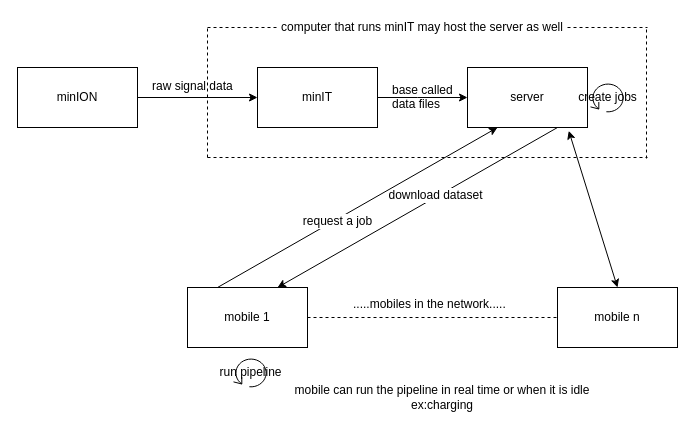
Before: page "Page-1" (1 of 2) of server_mobile_connection.drawio in SanojPunchihewa/f5n, a draw.io diagram. Source tidied: cells renumbered, new cells numbered last; positions are measured from the earlier drawing's top-left corner, leaving out a move shared by most shapes. Both pictures are drawn from the tidied source at 100%, with x=0, y=0 at pixel (17, 17).
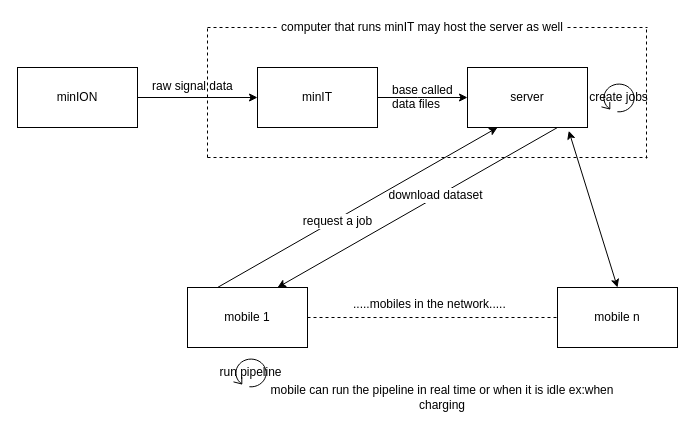
Above is the later version.

Commit message:
modified texts in network diagram

The edit, as a diff of the source:
```diff
@@
     <mxCell id="17" value="create jobs" style="shape=mxgraph.bpmn.loop;html=1;" parent="1" vertex="1">
-      <mxGeometry x="573" y="65" width="34" height="30" as="geometry" />
+      <mxGeometry x="584" y="65" width="34" height="30" as="geometry" />
     </mxCell>
@@
-    <mxCell id="26" value="mobile can run the pipeline in real time or when it is idle ex:charging" style="text;html=1;strokeColor=none;fillColor=none;align=center;verticalAlign=middle;whiteSpace=wrap;rounded=0;" parent="1" vertex="1">
+    <mxCell id="26" value="mobile can run the pipeline in real time or when it is idle ex:when charging" style="text;html=1;strokeColor=none;fillColor=none;align=center;verticalAlign=middle;whiteSpace=wrap;rounded=0;" parent="1" vertex="1">
       <mxGeometry x="250" y="370" width="350" height="20" as="geometry" />
     </mxCell>
```
